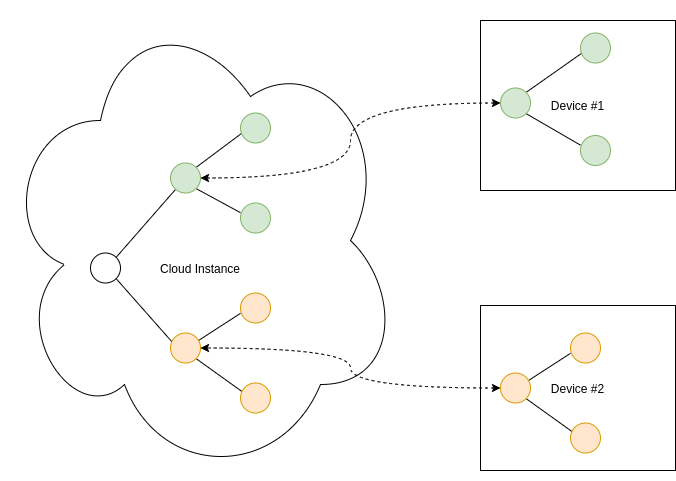
Earlier version of the draw.io export docs/cloud-device-node-tree.png (simpleiot/simpleiot). Source tidied: cells renumbered, new cells last; positions are measured from the earlier drawing's top-left corner, leaving out a move shared by most shapes.
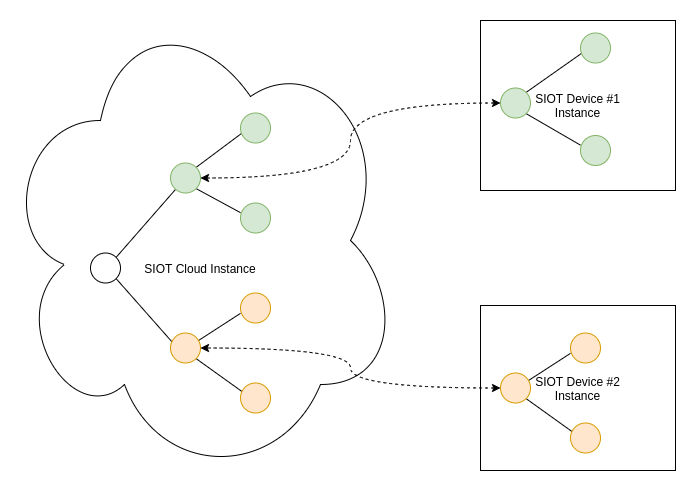
Above is the later version.

Diff of the diagram source:
```diff
@@ -2,10 +2,10 @@
   <root>
     <mxCell id="0" />
     <mxCell id="1" parent="0" />
-    <mxCell id="2" value="&lt;br&gt;&lt;br&gt;&lt;br&gt;&lt;br&gt;Cloud Instance" style="ellipse;shape=cloud;whiteSpace=wrap;html=1;fillColor=none;" parent="1" vertex="1">
+    <mxCell id="2" value="&lt;br&gt;&lt;br&gt;&lt;br&gt;&lt;br&gt;SIOT Cloud Instance" style="ellipse;shape=cloud;whiteSpace=wrap;html=1;fillColor=none;" parent="1" vertex="1">
       <mxGeometry width="400" height="480" as="geometry" />
     </mxCell>
-    <mxCell id="3" value="Device #1" style="rounded=0;whiteSpace=wrap;html=1;fillColor=none;" parent="1" vertex="1">
+    <mxCell id="3" value="SIOT Device #1&lt;br&gt;Instance" style="rounded=0;whiteSpace=wrap;html=1;fillColor=none;" parent="1" vertex="1">
       <mxGeometry x="480" y="20" width="195" height="170" as="geometry" />
     </mxCell>
     <mxCell id="4" style="rounded=0;jettySize=auto;html=1;exitX=1;exitY=1;exitDx=0;exitDy=0;entryX=0.06;entryY=0.307;entryDx=0;entryDy=0;entryPerimeter=0;endArrow=none;endFill=0;" parent="1" edge="1" source="6" target="12">
@@ -65,7 +65,7 @@
     <mxCell id="22" style="ellipse;whiteSpace=wrap;html=1;fillColor=#d5e8d4;strokeColor=#82b366;" parent="1" vertex="1">
       <mxGeometry x="580" y="135" width="30" height="30" as="geometry" />
     </mxCell>
-    <mxCell id="23" value="Device #2" style="rounded=0;whiteSpace=wrap;html=1;fillColor=none;" parent="1" vertex="1">
+    <mxCell id="23" value="SIOT Device #2&lt;br&gt;Instance" style="rounded=0;whiteSpace=wrap;html=1;fillColor=none;" parent="1" vertex="1">
       <mxGeometry x="480" y="305" width="195" height="165" as="geometry" />
     </mxCell>
     <mxCell id="24" style="edgeStyle=none;rounded=0;jettySize=auto;html=1;exitX=0.944;exitY=0.244;exitDx=0;exitDy=0;endArrow=none;endFill=0;entryX=0;entryY=0.678;entryDx=0;entryDy=0;entryPerimeter=0;exitPerimeter=0;" parent="1" edge="1" source="27" target="28">
```
